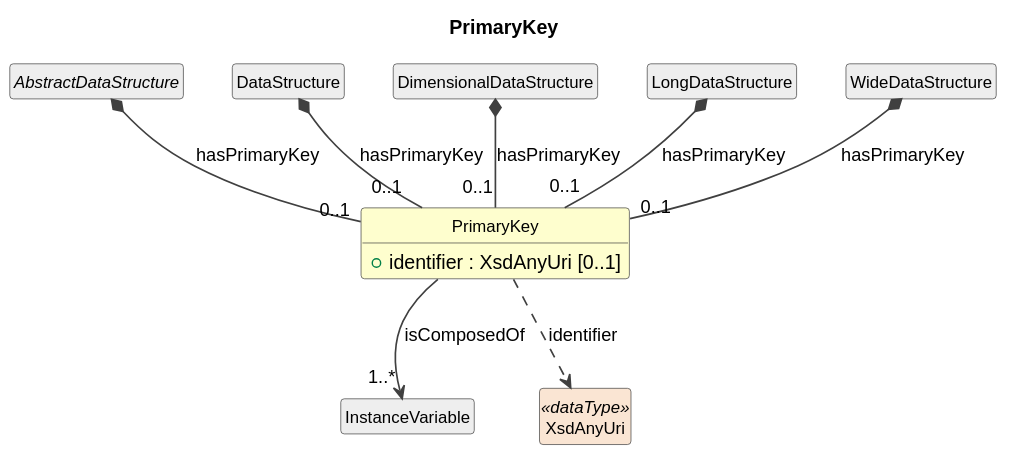
Before: cdif-uml-model/cdifDataStructure/Classes/PrimaryKey.svg, a diagram exported from PlantUML (Cross-Domain-Interoperability-Framework/metadataBuildingBlocks).
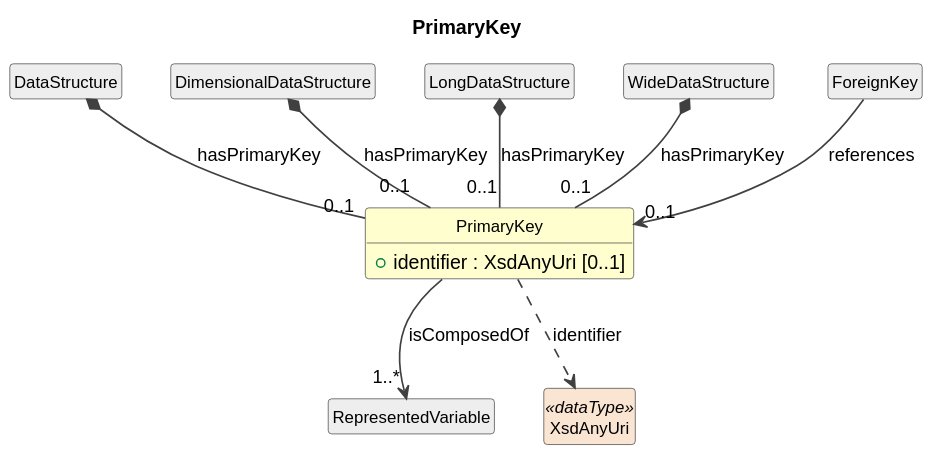
After the change.

Change to the diagram source:
```diff
@@ -13,8 +13,6 @@
 class "PrimaryKey" as PrimaryKey #FEFECE {
   +identifier : XsdAnyUri [0..1]
 }
-abstract class "AbstractDataStructure" as AbstractDataStructure #EEEEEE
-AbstractDataStructure *-- "0..1" PrimaryKey : hasPrimaryKey
 class "DataStructure" as DataStructure #EEEEEE
 DataStructure *-- "0..1" PrimaryKey : hasPrimaryKey
 class "DimensionalDataStructure" as DimensionalDataStructure #EEEEEE
@@ -23,8 +21,10 @@
 LongDataStructure *-- "0..1" PrimaryKey : hasPrimaryKey
 class "WideDataStructure" as WideDataStructure #EEEEEE
 WideDataStructure *-- "0..1" PrimaryKey : hasPrimaryKey
-class "InstanceVariable" as InstanceVariable #EEEEEE
-PrimaryKey --> "1..*" InstanceVariable : isComposedOf
+class "RepresentedVariable" as RepresentedVariable #EEEEEE
+PrimaryKey --> "1..*" RepresentedVariable : isComposedOf
+class "ForeignKey" as ForeignKey #EEEEEE
+ForeignKey --> "0..1" PrimaryKey : references
 class "XsdAnyUri" as XsdAnyUri <<dataType>> #FAE5D3
 PrimaryKey ..> XsdAnyUri : identifier
 @enduml
```
